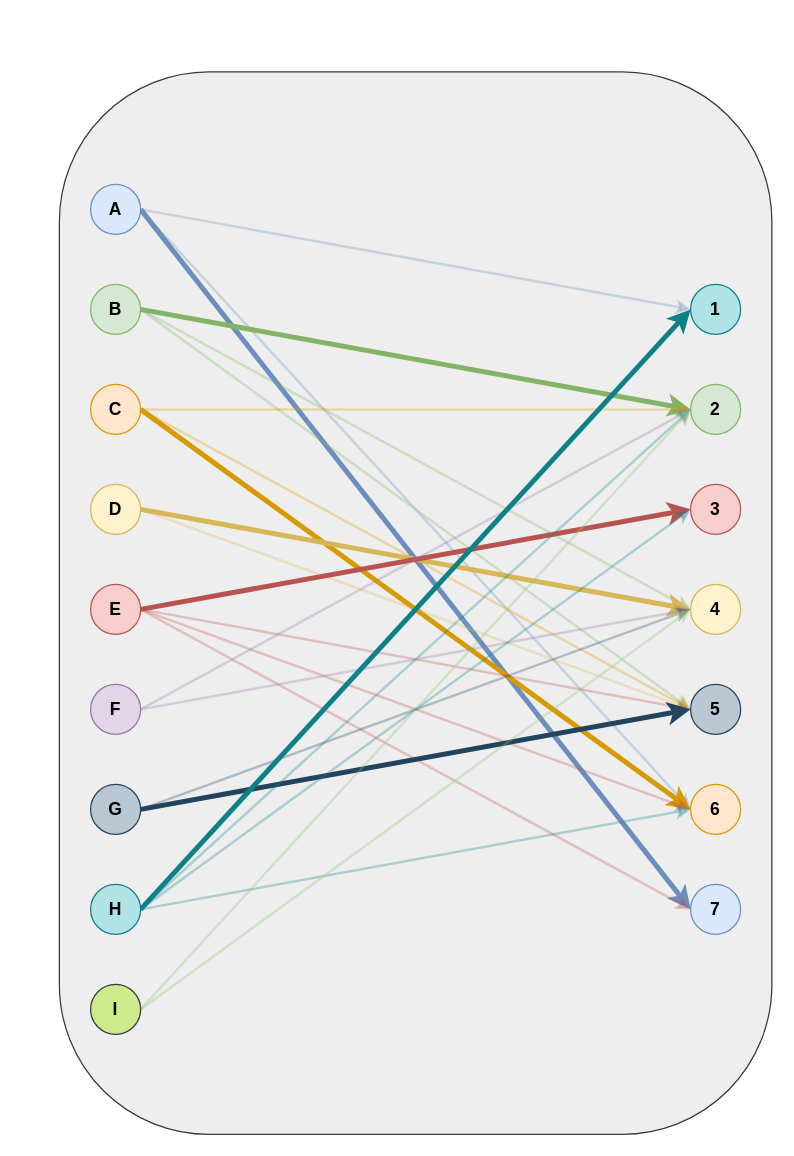
Before: HW9_3.drawio in edwardayala/Diagrams, a draw.io diagram. Source tidied: cells renumbered, new cells numbered last; positions are measured from the earlier drawing's top-left corner, leaving out a move shared by most shapes. Both pictures are drawn from the tidied source at 125%, with x=0, y=0 at pixel (59, 71).
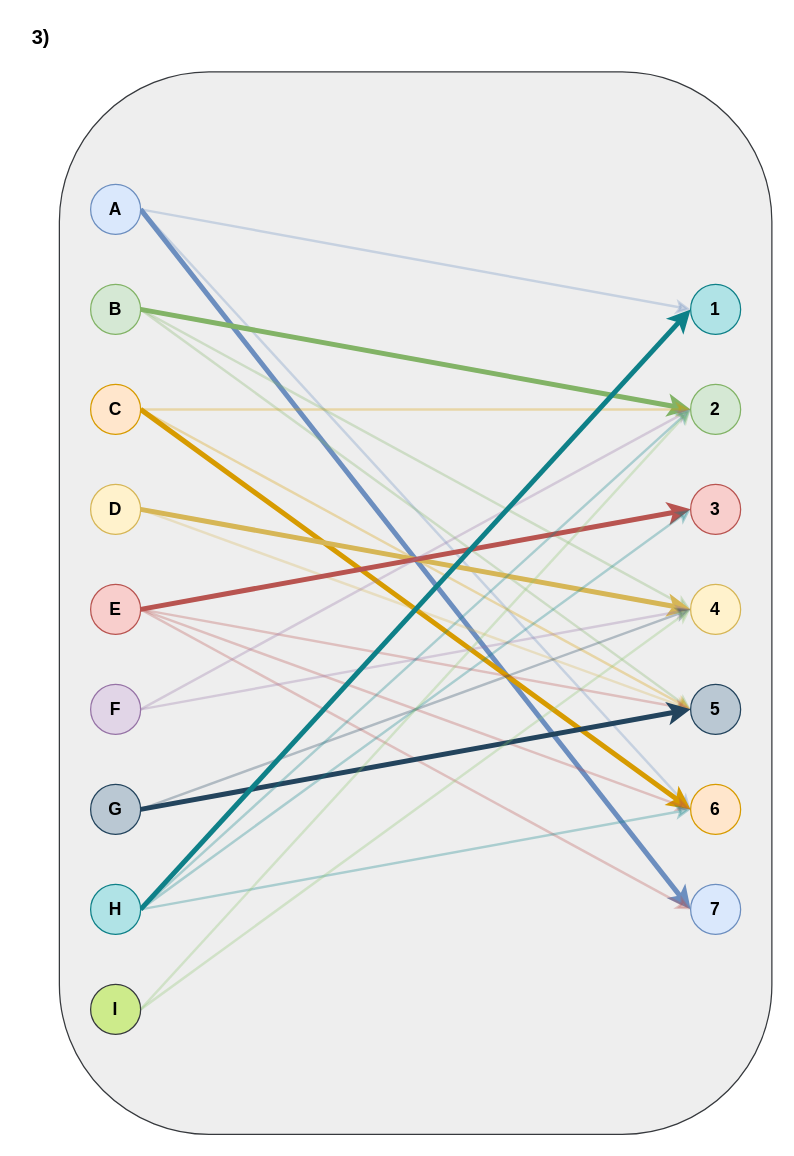
After the change.

What changed in the source:
```diff
@@
+    <mxCell id="44" value="&lt;div&gt;&lt;b&gt;&lt;font style=&quot;font-size: 16px&quot;&gt;3)&lt;/font&gt;&lt;/b&gt;&lt;/div&gt;" style="text;html=1;align=center;verticalAlign=top;spacingTop=-4;" parent="1" vertex="1">
+      <mxGeometry x="-30" y="-40" width="30" height="20" as="geometry" />
+    </mxCell>
```
